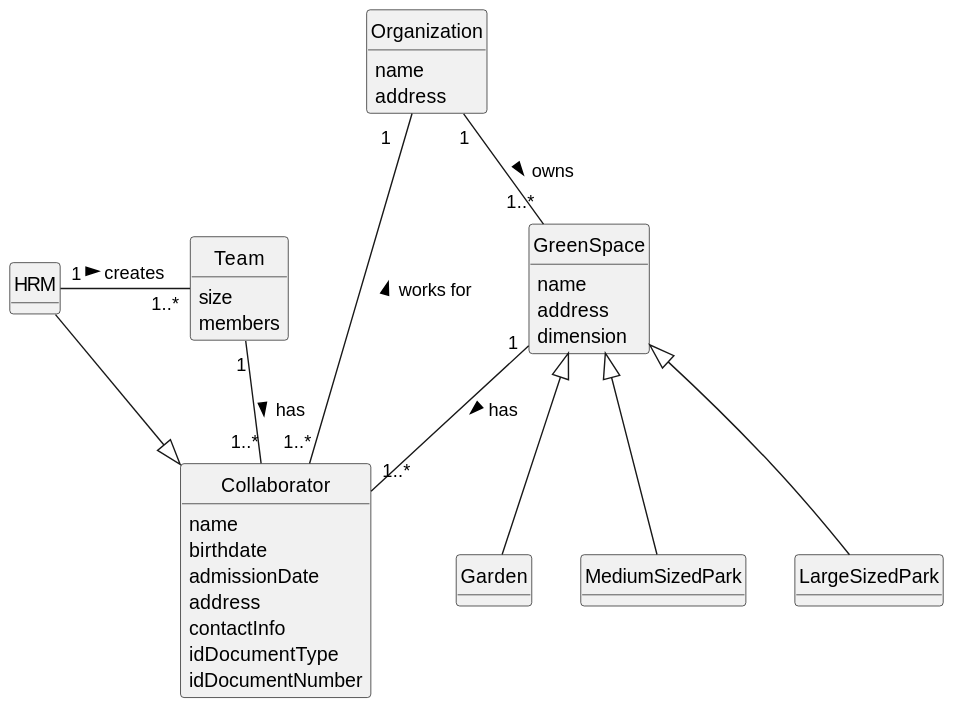
diogoveirospro/lei-24-s2-1dg-g072 keeps this PlantUML diagram as docs/sprintB/us005/02.analysis/svg/us005-domain-model.svg. Above is the earlier version. Source of this version:
```plantuml
@startuml
skinparam monochrome true
skinparam packageStyle rectangle
skinparam shadowing false


skinparam classAttributeIconSize 0

hide circle
hide methods


class HRM {

 }

class Team {
    size
    members

}

class Collaborator {
    name
    birthdate
    admissionDate
    address
    contactInfo
    idDocumentType
    idDocumentNumber
}

class GreenSpace {
    name
    address
    dimension
}

class Garden {
}

class MediumSizedPark {
}

class LargeSizedPark {
}

class Organization{
    name
    address
}

HRM "1" - "1..*" Team : creates >
Collaborator <|-- HRM
Team "1" -- "1..*" Collaborator: has >
GreenSpace "1" -- "1..*" Collaborator: has >
GreenSpace <|-- Garden
GreenSpace <|-- MediumSizedPark
GreenSpace <|-- LargeSizedPark
Organization "1" -- "1..*" GreenSpace: owns >
Organization "1   " -- "1..*" Collaborator: works for <
@enduml
```
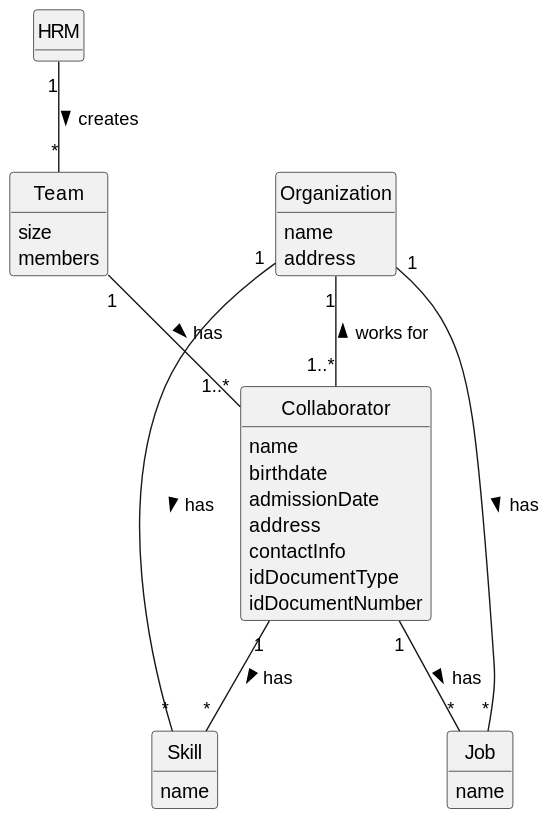
Later version of the same file.

Commit message:
Correction of the Domain Model for US02 and US05.

Change to the diagram source:
```diff
@@ -17,7 +17,6 @@
 class Team {
     size
     members
-
 }
 
 class Collaborator {
@@ -30,33 +29,24 @@
     idDocumentNumber
 }
 
-class GreenSpace {
-    name
-    address
-    dimension
-}
-
-class Garden {
-}
-
-class MediumSizedPark {
-}
-
-class LargeSizedPark {
-}
-
 class Organization{
     name
     address
 }
 
-HRM "1" - "1..*" Team : creates >
-Collaborator <|-- HRM
+class Skill{
+    name
+}
+
+class Job{
+    name
+}
+
+HRM "1" -- "*" Team : creates >
 Team "1" -- "1..*" Collaborator: has >
-GreenSpace "1" -- "1..*" Collaborator: has >
-GreenSpace <|-- Garden
-GreenSpace <|-- MediumSizedPark
-GreenSpace <|-- LargeSizedPark
-Organization "1" -- "1..*" GreenSpace: owns >
-Organization "1   " -- "1..*" Collaborator: works for <
+Collaborator "1" -- "*" Skill: has >
+Collaborator "1" -- "*" Job: has >
+Organization "1" -- "1..*" Collaborator: works for <
+Organization "1" -- "*" Skill: has >
+Organization "1" -- "*" Job: has >
 @enduml
```
